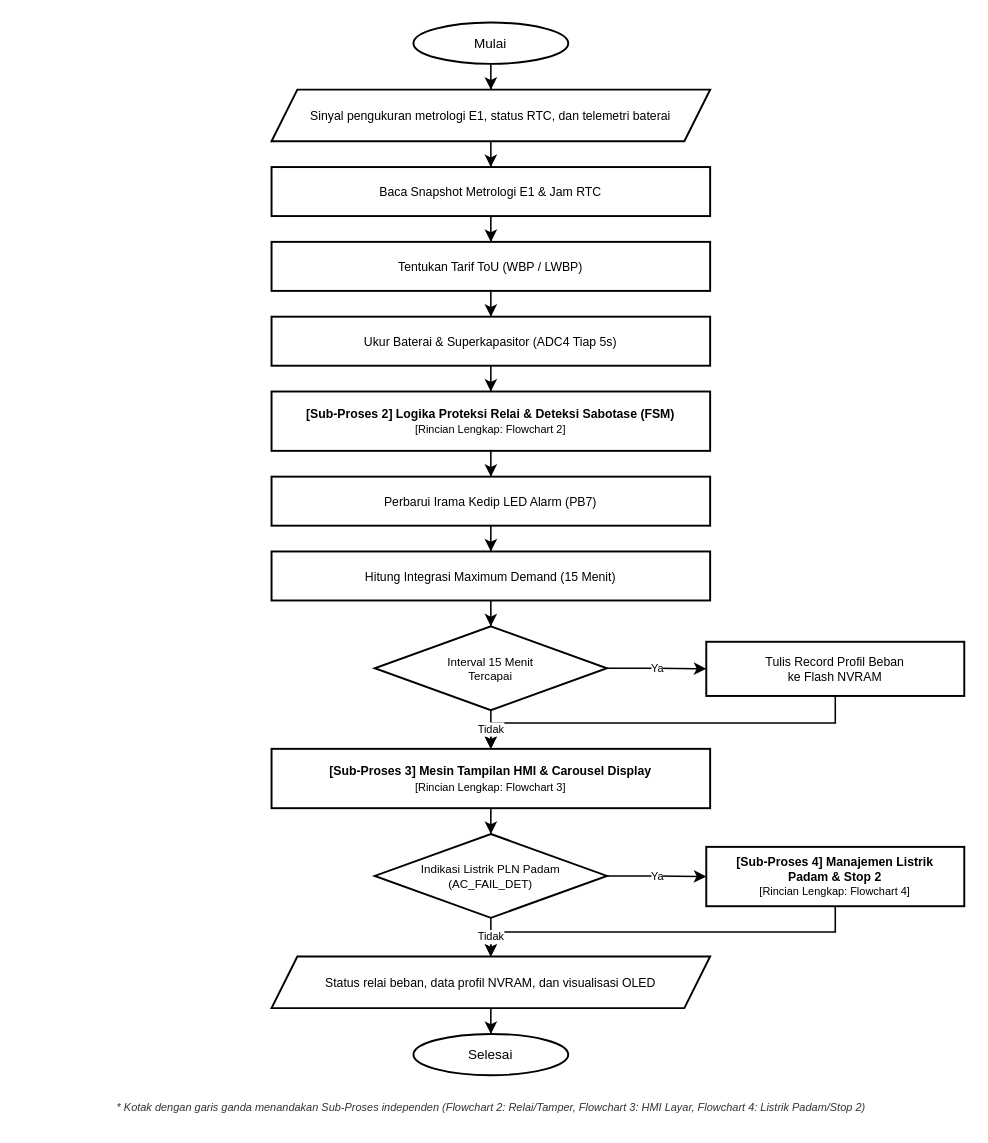
Before: docs/e3_flowchart_ansi.drawio in Kevla27/ALLIN, a draw.io diagram. Source tidied: cells renumbered, new cells numbered last; positions are measured from the earlier drawing's top-left corner, leaving out a move shared by most shapes. Both pictures are drawn from the tidied source at 129%, with x=0, y=0 at pixel (22, 22).
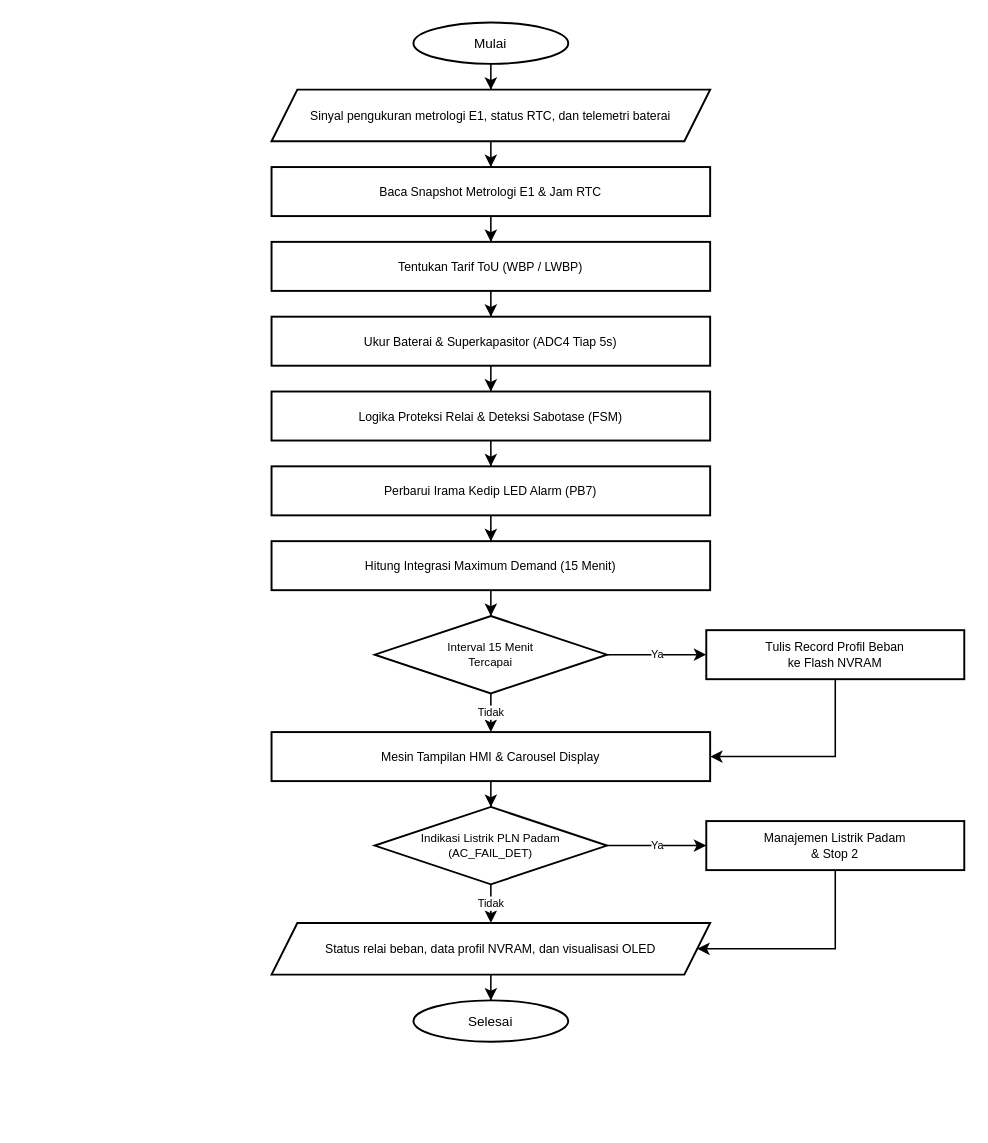
Above is the later version.

Commit message:
docs(flowchart): standarisasi e3_flowchart_ansi dengan kotak proses tunggal, perutean non-tabrakan, dan eliminasi footnote sub-proses

Unchanged cells that the change refers to:
```xml
<mxCell id="2" value="Mulai" style="ellipse;whiteSpace=wrap;html=1;fillColor=#ffffff;strokeColor=#000000;strokeWidth=1.5;fontColor=#000000;fontSize=10.5;fontFamily=Helvetica;align=center;verticalAlign=middle;" parent="1" vertex="1">
  <mxGeometry x="303" width="120" height="32" as="geometry" />
</mxCell>
<mxCell id="3" value="Sinyal pengukuran metrologi E1, status RTC, dan telemetri baterai" style="shape=parallelogram;perimeter=parallelogramPerimeter;whiteSpace=wrap;html=1;fixedSize=1;size=20;fillColor=#ffffff;strokeColor=#000000;strokeWidth=1.5;fontColor=#000000;fontSize=9.5;fontFamily=Helvetica;align=center;verticalAlign=middle;spacingLeft=15;spacingRight=15;spacingTop=4;spacingBottom=4;" parent="1" vertex="1">
  <mxGeometry x="193" y="52" width="340" height="40" as="geometry" />
</mxCell>
<mxCell id="4" value="Baca Snapshot Metrologi E1 &amp;amp; Jam RTC" style="rounded=0;whiteSpace=wrap;html=1;fillColor=#ffffff;strokeColor=#000000;strokeWidth=1.5;fontColor=#000000;fontSize=9.5;fontFamily=Helvetica;align=center;verticalAlign=middle;spacingLeft=8;spacingRight=8;spacingTop=4;spacingBottom=4;" parent="1" vertex="1">
  <mxGeometry x="193" y="112" width="340" height="38" as="geometry" />
</mxCell>
<mxCell id="5" value="Tentukan Tarif ToU (WBP / LWBP)" style="rounded=0;whiteSpace=wrap;html=1;fillColor=#ffffff;strokeColor=#000000;strokeWidth=1.5;fontColor=#000000;fontSize=9.5;fontFamily=Helvetica;align=center;verticalAlign=middle;spacingLeft=8;spacingRight=8;spacingTop=4;spacingBottom=4;" parent="1" vertex="1">
  <mxGeometry x="193" y="170" width="340" height="38" as="geometry" />
</mxCell>
<mxCell id="6" value="Ukur Baterai &amp;amp; Superkapasitor (ADC4 Tiap 5s)" style="rounded=0;whiteSpace=wrap;html=1;fillColor=#ffffff;strokeColor=#000000;strokeWidth=1.5;fontColor=#000000;fontSize=9.5;fontFamily=Helvetica;align=center;verticalAlign=middle;spacingLeft=8;spacingRight=8;spacingTop=4;spacingBottom=4;" parent="1" vertex="1">
  <mxGeometry x="193" y="228" width="340" height="38" as="geometry" />
</mxCell>
```

The edit, as a diff of the source:
```diff
@@
-    <mxCell id="7" value="&lt;b&gt;[Sub-Proses 2] Logika Proteksi Relai &amp;amp; Deteksi Sabotase (FSM)&lt;/b&gt;&lt;br/&gt;&lt;font style=&quot;font-size:8.5px;&quot;&gt;[Rincian Lengkap: Flowchart 2]&lt;/font&gt;" style="rounded=0;whiteSpace=wrap;html=1;fillColor=#ffffff;strokeColor=#000000;strokeWidth=1.5;fontColor=#000000;fontSize=9.5;fontFamily=Helvetica;align=center;verticalAlign=middle;spacingLeft=16;spacingRight=16;spacingTop=4;spacingBottom=4;" parent="1" vertex="1">
-      <mxGeometry x="193" y="286" width="340" height="46" as="geometry" />
+    <mxCell id="7" value="Logika Proteksi Relai &amp;amp; Deteksi Sabotase (FSM)" style="rounded=0;whiteSpace=wrap;html=1;fillColor=#ffffff;strokeColor=#000000;strokeWidth=1.5;fontColor=#000000;fontSize=9.5;fontFamily=Helvetica;align=center;verticalAlign=middle;spacingLeft=8;spacingRight=8;spacingTop=4;spacingBottom=4;" parent="1" vertex="1">
+      <mxGeometry x="193" y="286" width="340" height="38" as="geometry" />
     </mxCell>
     <mxCell id="8" value="Perbarui Irama Kedip LED Alarm (PB7)" style="rounded=0;whiteSpace=wrap;html=1;fillColor=#ffffff;strokeColor=#000000;strokeWidth=1.5;fontColor=#000000;fontSize=9.5;fontFamily=Helvetica;align=center;verticalAlign=middle;spacingLeft=8;spacingRight=8;spacingTop=4;spacingBottom=4;" parent="1" vertex="1">
-      <mxGeometry x="193" y="352" width="340" height="38" as="geometry" />
+      <mxGeometry x="193" y="344" width="340" height="38" as="geometry" />
     </mxCell>
     <mxCell id="9" value="Hitung Integrasi Maximum Demand (15 Menit)" style="rounded=0;whiteSpace=wrap;html=1;fillColor=#ffffff;strokeColor=#000000;strokeWidth=1.5;fontColor=#000000;fontSize=9.5;fontFamily=Helvetica;align=center;verticalAlign=middle;spacingLeft=8;spacingRight=8;spacingTop=4;spacingBottom=4;" parent="1" vertex="1">
-      <mxGeometry x="193" y="410" width="340" height="38" as="geometry" />
+      <mxGeometry x="193" y="402" width="340" height="38" as="geometry" />
     </mxCell>
-    <mxCell id="10" value="Interval 15 Menit&lt;br/&gt;Tercapai" style="rhombus;whiteSpace=wrap;html=1;fillColor=#ffffff;strokeColor=#000000;strokeWidth=1.5;fontColor=#000000;fontSize=9;fontFamily=Helvetica;align=center;verticalAlign=middle;spacingLeft=10;spacingRight=10;spacingTop=2;spacingBottom=2;" parent="1" vertex="1">
-      <mxGeometry x="273" y="468" width="180" height="65" as="geometry" />
+    <mxCell id="10" value="Interval 15 Menit&#10;Tercapai" style="rhombus;whiteSpace=wrap;html=1;fillColor=#ffffff;strokeColor=#000000;strokeWidth=1.5;fontColor=#000000;fontSize=9;fontFamily=Helvetica;align=center;verticalAlign=middle;spacingLeft=10;spacingRight=10;spacingTop=2;spacingBottom=2;" parent="1" vertex="1">
+      <mxGeometry x="273" y="460" width="180" height="60" as="geometry" />
     </mxCell>
-    <mxCell id="11" value="Tulis Record Profil Beban&lt;br/&gt;ke Flash NVRAM" style="rounded=0;whiteSpace=wrap;html=1;fillColor=#ffffff;strokeColor=#000000;strokeWidth=1.5;fontColor=#000000;fontSize=9.5;fontFamily=Helvetica;align=center;verticalAlign=middle;spacingLeft=8;spacingRight=8;spacingTop=4;spacingBottom=4;" parent="1" vertex="1">
-      <mxGeometry x="530" y="480" width="200" height="42" as="geometry" />
+    <mxCell id="11" value="Tulis Record Profil Beban&#10;ke Flash NVRAM" style="rounded=0;whiteSpace=wrap;html=1;fillColor=#ffffff;strokeColor=#000000;strokeWidth=1.5;fontColor=#000000;fontSize=9.5;fontFamily=Helvetica;align=center;verticalAlign=middle;spacingLeft=8;spacingRight=8;spacingTop=4;spacingBottom=4;" parent="1" vertex="1">
+      <mxGeometry x="530" y="471" width="200" height="38" as="geometry" />
     </mxCell>
-    <mxCell id="12" value="&lt;b&gt;[Sub-Proses 3] Mesin Tampilan HMI &amp;amp; Carousel Display&lt;/b&gt;&lt;br/&gt;&lt;font style=&quot;font-size:8.5px;&quot;&gt;[Rincian Lengkap: Flowchart 3]&lt;/font&gt;" style="rounded=0;whiteSpace=wrap;html=1;fillColor=#ffffff;strokeColor=#000000;strokeWidth=1.5;fontColor=#000000;fontSize=9.5;fontFamily=Helvetica;align=center;verticalAlign=middle;spacingLeft=16;spacingRight=16;spacingTop=4;spacingBottom=4;" parent="1" vertex="1">
-      <mxGeometry x="193" y="563" width="340" height="46" as="geometry" />
+    <mxCell id="12" value="Mesin Tampilan HMI &amp;amp; Carousel Display" style="rounded=0;whiteSpace=wrap;html=1;fillColor=#ffffff;strokeColor=#000000;strokeWidth=1.5;fontColor=#000000;fontSize=9.5;fontFamily=Helvetica;align=center;verticalAlign=middle;spacingLeft=8;spacingRight=8;spacingTop=4;spacingBottom=4;" parent="1" vertex="1">
+      <mxGeometry x="193" y="550" width="340" height="38" as="geometry" />
     </mxCell>
-    <mxCell id="13" value="Indikasi Listrik PLN Padam&lt;br/&gt;(AC_FAIL_DET)" style="rhombus;whiteSpace=wrap;html=1;fillColor=#ffffff;strokeColor=#000000;strokeWidth=1.5;fontColor=#000000;fontSize=9;fontFamily=Helvetica;align=center;verticalAlign=middle;spacingLeft=10;spacingRight=10;spacingTop=2;spacingBottom=2;" parent="1" vertex="1">
-      <mxGeometry x="273" y="629" width="180" height="65" as="geometry" />
+    <mxCell id="13" value="Indikasi Listrik PLN Padam&#10;(AC_FAIL_DET)" style="rhombus;whiteSpace=wrap;html=1;fillColor=#ffffff;strokeColor=#000000;strokeWidth=1.5;fontColor=#000000;fontSize=9;fontFamily=Helvetica;align=center;verticalAlign=middle;spacingLeft=10;spacingRight=10;spacingTop=2;spacingBottom=2;" parent="1" vertex="1">
+      <mxGeometry x="273" y="608" width="180" height="60" as="geometry" />
     </mxCell>
-    <mxCell id="14" value="&lt;b&gt;[Sub-Proses 4] Manajemen Listrik Padam &amp;amp; Stop 2&lt;/b&gt;&lt;br/&gt;&lt;font style=&quot;font-size:8.5px;&quot;&gt;[Rincian Lengkap: Flowchart 4]&lt;/font&gt;" style="rounded=0;whiteSpace=wrap;html=1;fillColor=#ffffff;strokeColor=#000000;strokeWidth=1.5;fontColor=#000000;fontSize=9.5;fontFamily=Helvetica;align=center;verticalAlign=middle;spacingLeft=16;spacingRight=16;spacingTop=4;spacingBottom=4;" parent="1" vertex="1">
-      <mxGeometry x="530" y="639" width="200" height="46" as="geometry" />
+    <mxCell id="14" value="Manajemen Listrik Padam&#10;&amp;amp; Stop 2" style="rounded=0;whiteSpace=wrap;html=1;fillColor=#ffffff;strokeColor=#000000;strokeWidth=1.5;fontColor=#000000;fontSize=9.5;fontFamily=Helvetica;align=center;verticalAlign=middle;spacingLeft=8;spacingRight=8;spacingTop=4;spacingBottom=4;" parent="1" vertex="1">
+      <mxGeometry x="530" y="619" width="200" height="38" as="geometry" />
     </mxCell>
     <mxCell id="15" value="Status relai beban, data profil NVRAM, dan visualisasi OLED" style="shape=parallelogram;perimeter=parallelogramPerimeter;whiteSpace=wrap;html=1;fixedSize=1;size=20;fillColor=#ffffff;strokeColor=#000000;strokeWidth=1.5;fontColor=#000000;fontSize=9.5;fontFamily=Helvetica;align=center;verticalAlign=middle;spacingLeft=15;spacingRight=15;spacingTop=4;spacingBottom=4;" parent="1" vertex="1">
-      <mxGeometry x="193" y="724" width="340" height="40" as="geometry" />
+      <mxGeometry x="193" y="698" width="340" height="40" as="geometry" />
     </mxCell>
     <mxCell id="16" value="Selesai" style="ellipse;whiteSpace=wrap;html=1;fillColor=#ffffff;strokeColor=#000000;strokeWidth=1.5;fontColor=#000000;fontSize=10.5;fontFamily=Helvetica;align=center;verticalAlign=middle;" parent="1" vertex="1">
-      <mxGeometry x="303" y="784" width="120" height="32" as="geometry" />
+      <mxGeometry x="303" y="758" width="120" height="32" as="geometry" />
     </mxCell>
-    <mxCell id="17" value="&lt;i&gt;* Kotak dengan garis ganda menandakan Sub-Proses independen (Flowchart 2: Relai/Tamper, Flowchart 3: HMI Layar, Flowchart 4: Listrik Padam/Stop 2)&lt;/i&gt;" style="text;html=1;strokeColor=none;fillColor=none;align=center;verticalAlign=middle;whiteSpace=wrap;rounded=0;fontSize=8.5;fontFamily=Helvetica;fontColor=#333333;" parent="1" vertex="1">
-      <mxGeometry y="831" width="727" height="20" as="geometry" />
-    </mxCell>
-    <mxCell id="18" style="edgeStyle=orthogonalEdgeStyle;rounded=0;jettySize=auto;html=1;strokeColor=#000000;strokeWidth=1.2;endArrow=classic;endFill=1;labelBackgroundColor=#ffffff;fillColor=#ffffff;fontColor=#000000;fontSize=8.5;fontFamily=Helvetica;spacing=2;" parent="1" edge="1" source="2" target="3">
+    <mxCell id="18" style="edgeStyle=orthogonalEdgeStyle;rounded=0;jettySize=auto;html=1;strokeColor=#000000;strokeWidth=1.2;endArrow=classic;endFill=1;" parent="1" edge="1" source="2" target="3">
       <mxGeometry relative="1" as="geometry" />
     </mxCell>
-    <mxCell id="19" style="edgeStyle=orthogonalEdgeStyle;rounded=0;jettySize=auto;html=1;strokeColor=#000000;strokeWidth=1.2;endArrow=classic;endFill=1;labelBackgroundColor=#ffffff;fillColor=#ffffff;fontColor=#000000;fontSize=8.5;fontFamily=Helvetica;spacing=2;" parent="1" edge="1" source="3" target="4">
+    <mxCell id="19" style="edgeStyle=orthogonalEdgeStyle;rounded=0;jettySize=auto;html=1;strokeColor=#000000;strokeWidth=1.2;endArrow=classic;endFill=1;" parent="1" edge="1" source="3" target="4">
       <mxGeometry relative="1" as="geometry" />
     </mxCell>
-    <mxCell id="20" style="edgeStyle=orthogonalEdgeStyle;rounded=0;jettySize=auto;html=1;strokeColor=#000000;strokeWidth=1.2;endArrow=classic;endFill=1;labelBackgroundColor=#ffffff;fillColor=#ffffff;fontColor=#000000;fontSize=8.5;fontFamily=Helvetica;spacing=2;" parent="1" edge="1" source="4" target="5">
+    <mxCell id="20" style="edgeStyle=orthogonalEdgeStyle;rounded=0;jettySize=auto;html=1;strokeColor=#000000;strokeWidth=1.2;endArrow=classic;endFill=1;" parent="1" edge="1" source="4" target="5">
       <mxGeometry relative="1" as="geometry" />
     </mxCell>
-    <mxCell id="21" style="edgeStyle=orthogonalEdgeStyle;rounded=0;jettySize=auto;html=1;strokeColor=#000000;strokeWidth=1.2;endArrow=classic;endFill=1;labelBackgroundColor=#ffffff;fillColor=#ffffff;fontColor=#000000;fontSize=8.5;fontFamily=Helvetica;spacing=2;" parent="1" edge="1" source="5" target="6">
+    <mxCell id="21" style="edgeStyle=orthogonalEdgeStyle;rounded=0;jettySize=auto;html=1;strokeColor=#000000;strokeWidth=1.2;endArrow=classic;endFill=1;" parent="1" edge="1" source="5" target="6">
       <mxGeometry relative="1" as="geometry" />
     </mxCell>
-    <mxCell id="22" style="edgeStyle=orthogonalEdgeStyle;rounded=0;jettySize=auto;html=1;strokeColor=#000000;strokeWidth=1.2;endArrow=classic;endFill=1;labelBackgroundColor=#ffffff;fillColor=#ffffff;fontColor=#000000;fontSize=8.5;fontFamily=Helvetica;spacing=2;" parent="1" edge="1" source="6" target="7">
+    <mxCell id="22" style="edgeStyle=orthogonalEdgeStyle;rounded=0;jettySize=auto;html=1;strokeColor=#000000;strokeWidth=1.2;endArrow=classic;endFill=1;" parent="1" edge="1" source="6" target="7">
       <mxGeometry relative="1" as="geometry" />
     </mxCell>
-    <mxCell id="23" style="edgeStyle=orthogonalEdgeStyle;rounded=0;jettySize=auto;html=1;strokeColor=#000000;strokeWidth=1.2;endArrow=classic;endFill=1;labelBackgroundColor=#ffffff;fillColor=#ffffff;fontColor=#000000;fontSize=8.5;fontFamily=Helvetica;spacing=2;" parent="1" edge="1" source="7" target="8">
+    <mxCell id="23" style="edgeStyle=orthogonalEdgeStyle;rounded=0;jettySize=auto;html=1;strokeColor=#000000;strokeWidth=1.2;endArrow=classic;endFill=1;" parent="1" edge="1" source="7" target="8">
       <mxGeometry relative="1" as="geometry" />
     </mxCell>
-    <mxCell id="24" style="edgeStyle=orthogonalEdgeStyle;rounded=0;jettySize=auto;html=1;strokeColor=#000000;strokeWidth=1.2;endArrow=classic;endFill=1;labelBackgroundColor=#ffffff;fillColor=#ffffff;fontColor=#000000;fontSize=8.5;fontFamily=Helvetica;spacing=2;" parent="1" edge="1" source="8" target="9">
+    <mxCell id="24" style="edgeStyle=orthogonalEdgeStyle;rounded=0;jettySize=auto;html=1;strokeColor=#000000;strokeWidth=1.2;endArrow=classic;endFill=1;" parent="1" edge="1" source="8" target="9">
       <mxGeometry relative="1" as="geometry" />
     </mxCell>
-    <mxCell id="25" style="edgeStyle=orthogonalEdgeStyle;rounded=0;jettySize=auto;html=1;strokeColor=#000000;strokeWidth=1.2;endArrow=classic;endFill=1;labelBackgroundColor=#ffffff;fillColor=#ffffff;fontColor=#000000;fontSize=8.5;fontFamily=Helvetica;spacing=2;" parent="1" edge="1" source="9" target="10">
+    <mxCell id="25" style="edgeStyle=orthogonalEdgeStyle;rounded=0;jettySize=auto;html=1;strokeColor=#000000;strokeWidth=1.2;endArrow=classic;endFill=1;" parent="1" edge="1" source="9" target="10">
       <mxGeometry relative="1" as="geometry" />
     </mxCell>
@@
-    <mxCell id="27" style="edgeStyle=orthogonalEdgeStyle;rounded=0;jettySize=auto;html=1;strokeColor=#000000;strokeWidth=1.2;endArrow=classic;endFill=1;labelBackgroundColor=#ffffff;fillColor=#ffffff;fontColor=#000000;fontSize=8.5;fontFamily=Helvetica;spacing=2;exitX=0.5;exitY=1;exitDx=0;exitDy=0;entryX=0.5;entryY=0;entryDx=0;entryDy=0;" parent="1" edge="1" source="11" target="12">
+    <mxCell id="27" style="edgeStyle=orthogonalEdgeStyle;rounded=0;jettySize=auto;html=1;strokeColor=#000000;strokeWidth=1.2;endArrow=classic;endFill=1;exitX=0.5;exitY=1;exitDx=0;exitDy=0;entryX=1;entryY=0.5;entryDx=0;entryDy=0;" parent="1" edge="1" source="11" target="12">
       <mxGeometry relative="1" as="geometry">
         <Array as="points">
-          <mxPoint x="630" y="543" />
-          <mxPoint x="363" y="543" />
+          <mxPoint x="630" y="569" />
         </Array>
       </mxGeometry>
     </mxCell>
@@
-    <mxCell id="29" style="edgeStyle=orthogonalEdgeStyle;rounded=0;jettySize=auto;html=1;strokeColor=#000000;strokeWidth=1.2;endArrow=classic;endFill=1;labelBackgroundColor=#ffffff;fillColor=#ffffff;fontColor=#000000;fontSize=8.5;fontFamily=Helvetica;spacing=2;" parent="1" edge="1" source="12" target="13">
+    <mxCell id="29" style="edgeStyle=orthogonalEdgeStyle;rounded=0;jettySize=auto;html=1;strokeColor=#000000;strokeWidth=1.2;endArrow=classic;endFill=1;" parent="1" edge="1" source="12" target="13">
       <mxGeometry relative="1" as="geometry" />
     </mxCell>
@@
-    <mxCell id="31" style="edgeStyle=orthogonalEdgeStyle;rounded=0;jettySize=auto;html=1;strokeColor=#000000;strokeWidth=1.2;endArrow=classic;endFill=1;labelBackgroundColor=#ffffff;fillColor=#ffffff;fontColor=#000000;fontSize=8.5;fontFamily=Helvetica;spacing=2;exitX=0.5;exitY=1;exitDx=0;exitDy=0;entryX=0.5;entryY=0;entryDx=0;entryDy=0;" parent="1" edge="1" source="14" target="15">
+    <mxCell id="31" style="edgeStyle=orthogonalEdgeStyle;rounded=0;jettySize=auto;html=1;strokeColor=#000000;strokeWidth=1.2;endArrow=classic;endFill=1;exitX=0.5;exitY=1;exitDx=0;exitDy=0;entryX=1;entryY=0.5;entryDx=0;entryDy=0;" parent="1" edge="1" source="14" target="15">
       <mxGeometry relative="1" as="geometry">
         <Array as="points">
-          <mxPoint x="630" y="705" />
-          <mxPoint x="363" y="705" />
+          <mxPoint x="630" y="718" />
         </Array>
       </mxGeometry>
     </mxCell>
@@
-    <mxCell id="33" style="edgeStyle=orthogonalEdgeStyle;rounded=0;jettySize=auto;html=1;strokeColor=#000000;strokeWidth=1.2;endArrow=classic;endFill=1;labelBackgroundColor=#ffffff;fillColor=#ffffff;fontColor=#000000;fontSize=8.5;fontFamily=Helvetica;spacing=2;" parent="1" edge="1" source="15" target="16">
+    <mxCell id="33" style="edgeStyle=orthogonalEdgeStyle;rounded=0;jettySize=auto;html=1;strokeColor=#000000;strokeWidth=1.2;endArrow=classic;endFill=1;" parent="1" edge="1" source="15" target="16">
       <mxGeometry relative="1" as="geometry" />
     </mxCell>
```
